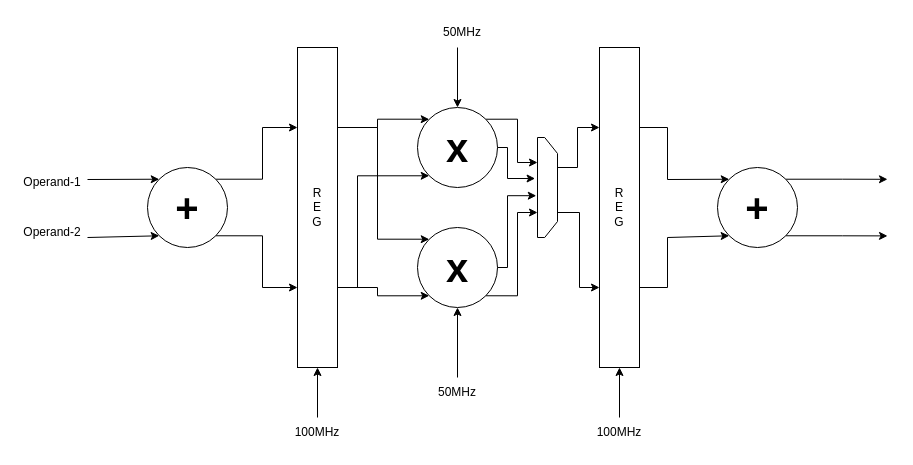
Before: bi-tribble_concept.drawio in aitesam961/bi-tribble, a draw.io diagram. Source tidied: cells renumbered, new cells numbered last; positions are measured from the earlier drawing's top-left corner, leaving out a move shared by most shapes. Both pictures are drawn from the tidied source at 100%, with x=0, y=0 at pixel (17, 17).
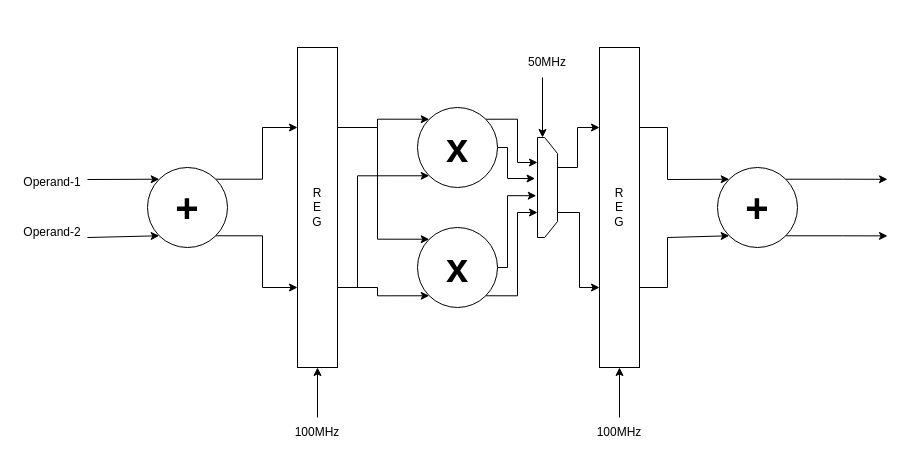
After the change.

Unchanged cells that the change refers to:
```xml
<mxCell id="22" value="&lt;font size=&quot;1&quot; style=&quot;&quot;&gt;&lt;b style=&quot;font-size: 40px;&quot;&gt;x&lt;/b&gt;&lt;/font&gt;" style="ellipse;whiteSpace=wrap;html=1;" parent="1" vertex="1">
  <mxGeometry x="400" y="210" width="80" height="80" as="geometry" />
</mxCell>
```

What changed in the source:
```diff
@@
-    <mxCell id="30" style="endArrow=classic;html=1;rounded=0;entryX=0.5;entryY=1;entryDx=0;entryDy=0;" parent="1" edge="1" target="22">
-      <mxGeometry relative="1" as="geometry">
-        <mxPoint x="440" y="360" as="sourcePoint" />
-      </mxGeometry>
-    </mxCell>
-    <mxCell id="31" value="50MHz" style="text;html=1;strokeColor=none;fillColor=none;align=center;verticalAlign=middle;whiteSpace=wrap;rounded=0;" parent="1" vertex="1">
-      <mxGeometry x="410" y="360" width="60" height="30" as="geometry" />
-    </mxCell>
     <mxCell id="32" style="endArrow=classic;html=1;rounded=0;" parent="1" edge="1">
       <mxGeometry relative="1" as="geometry">
-        <mxPoint x="440" y="30" as="sourcePoint" />
-        <mxPoint x="440" y="90" as="targetPoint" />
+        <mxPoint x="525" y="60" as="sourcePoint" />
+        <mxPoint x="525" y="120" as="targetPoint" />
       </mxGeometry>
     </mxCell>
     <mxCell id="33" value="50MHz" style="text;html=1;strokeColor=none;fillColor=none;align=center;verticalAlign=middle;whiteSpace=wrap;rounded=0;" parent="1" vertex="1">
-      <mxGeometry x="415" width="60" height="30" as="geometry" />
+      <mxGeometry x="500" y="30" width="60" height="30" as="geometry" />
     </mxCell>
```
